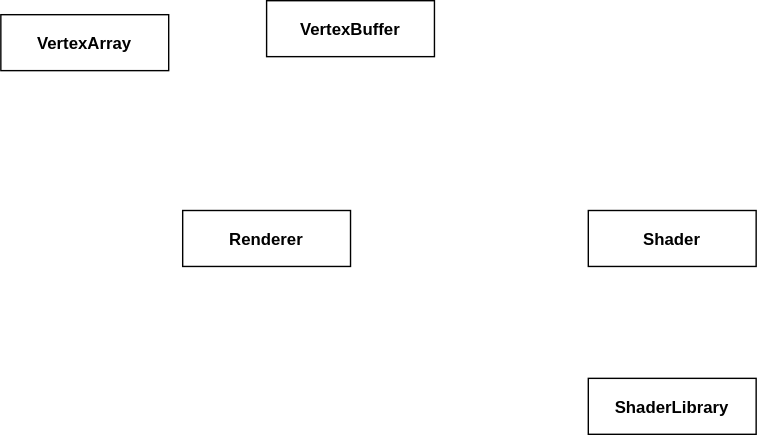
Earlier version of the draw.io export docs/renderer/renderer.drawio.svg (wolfel1/Raytracy). Source tidied: cells renumbered, new cells last; positions are measured from the earlier drawing's top-left corner, leaving out a move shared by most shapes. Source of this version:
```xml
<mxGraphModel>
  <root>
    <mxCell id="0" />
    <mxCell id="1" parent="0" />
    <mxCell id="2" value="Renderer" style="fontStyle=1;" parent="1" vertex="1">
      <mxGeometry x="130" y="150" width="120" height="40" as="geometry" />
    </mxCell>
    <mxCell id="3" value="VertexBuffer" style="fontStyle=1;" parent="1" vertex="1">
      <mxGeometry x="190" width="120" height="40" as="geometry" />
    </mxCell>
    <mxCell id="4" value="VertexArray" style="fontStyle=1;" parent="1" vertex="1">
      <mxGeometry y="10" width="120" height="40" as="geometry" />
    </mxCell>
    <mxCell id="5" value="Shader" style="fontStyle=1;" parent="1" vertex="1">
      <mxGeometry x="420" y="150" width="120" height="40" as="geometry" />
    </mxCell>
    <mxCell id="6" value="ShaderLibrary" style="fontStyle=1;" parent="1" vertex="1">
      <mxGeometry x="420" y="270" width="120" height="40" as="geometry" />
    </mxCell>
  </root>
</mxGraphModel>
```
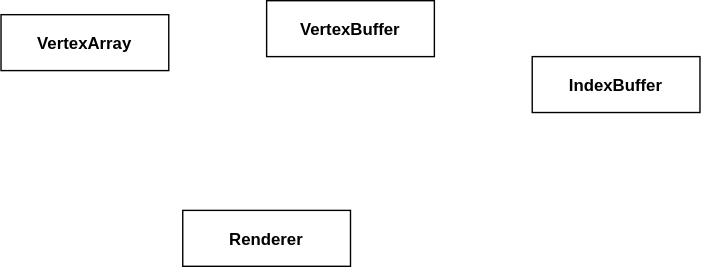
The same file after the commit.

Diff of the diagram source:
```diff
@@ -11,11 +11,8 @@
     <mxCell id="4" value="VertexArray" style="fontStyle=1;" parent="1" vertex="1">
       <mxGeometry y="10" width="120" height="40" as="geometry" />
     </mxCell>
-    <mxCell id="5" value="Shader" style="fontStyle=1;" parent="1" vertex="1">
-      <mxGeometry x="420" y="150" width="120" height="40" as="geometry" />
-    </mxCell>
-    <mxCell id="6" value="ShaderLibrary" style="fontStyle=1;" parent="1" vertex="1">
-      <mxGeometry x="420" y="270" width="120" height="40" as="geometry" />
+    <mxCell id="6" value="IndexBuffer" style="fontStyle=1;" parent="1" vertex="1">
+      <mxGeometry x="380" y="40" width="120" height="40" as="geometry" />
     </mxCell>
   </root>
 </mxGraphModel>
```
